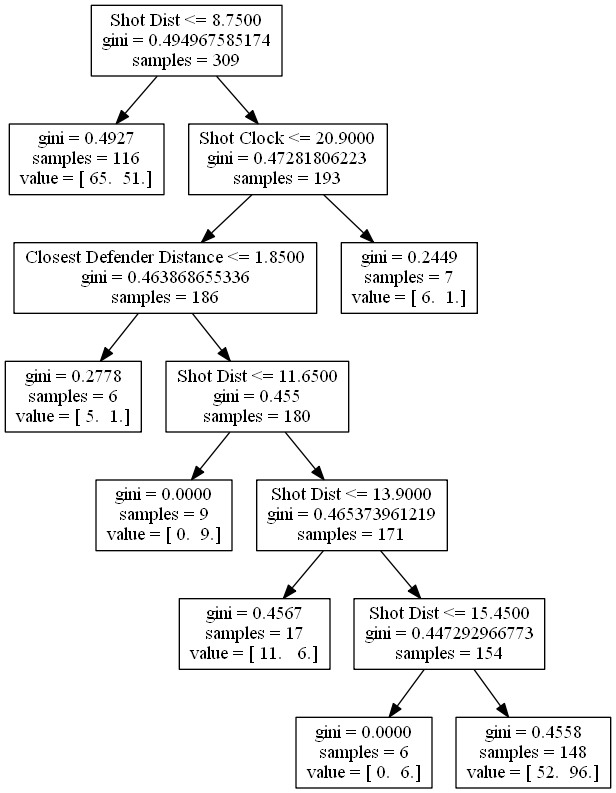
bveber/Analyze_NBA keeps this Graphviz diagram as kyle_lowry.png. Above is the earlier version. Its source is kept beside it as kyle_lowry.dot.
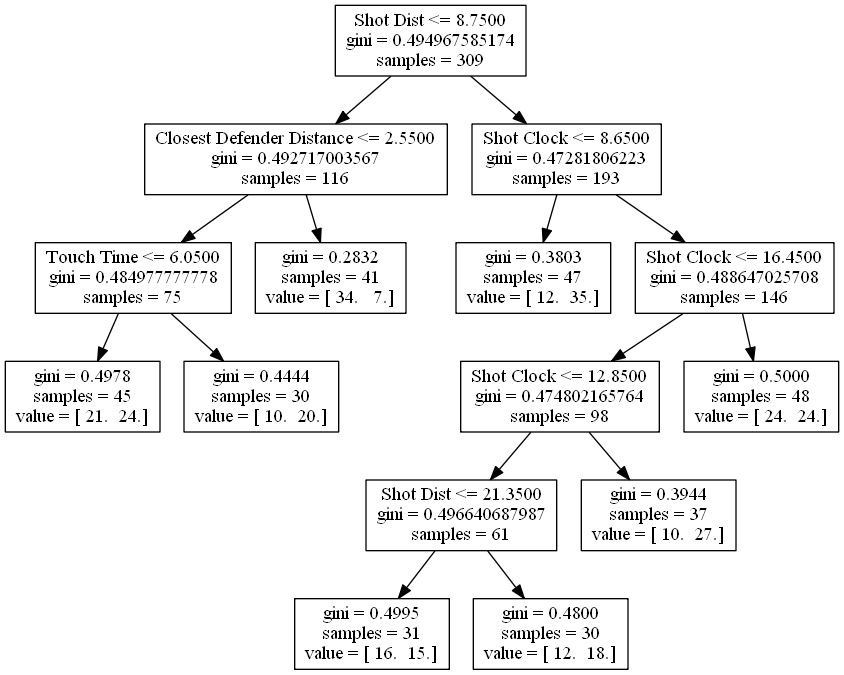
Above is the later version.

Change to the diagram source:
```diff
@@ -1,27 +1,31 @@
 digraph Tree {
 0 [label="Shot Dist <= 8.7500\ngini = 0.494967585174\nsamples = 309", shape="box"] ;
-1 [label="gini = 0.4927\nsamples = 116\nvalue = [ 65.  51.]", shape="box"] ;
+1 [label="Closest Defender Distance <= 2.5500\ngini = 0.492717003567\nsamples = 116", shape="box"] ;
 0 -> 1 ;
-2 [label="Shot Clock <= 20.9000\ngini = 0.47281806223\nsamples = 193", shape="box"] ;
-0 -> 2 ;
-3 [label="Closest Defender Distance <= 1.8500\ngini = 0.463868655336\nsamples = 186", shape="box"] ;
+2 [label="Touch Time <= 6.0500\ngini = 0.484977777778\nsamples = 75", shape="box"] ;
+1 -> 2 ;
+3 [label="gini = 0.4978\nsamples = 45\nvalue = [ 21.  24.]", shape="box"] ;
 2 -> 3 ;
-4 [label="gini = 0.2778\nsamples = 6\nvalue = [ 5.  1.]", shape="box"] ;
-3 -> 4 ;
-5 [label="Shot Dist <= 11.6500\ngini = 0.455\nsamples = 180", shape="box"] ;
-3 -> 5 ;
-6 [label="gini = 0.0000\nsamples = 9\nvalue = [ 0.  9.]", shape="box"] ;
-5 -> 6 ;
-7 [label="Shot Dist <= 13.9000\ngini = 0.465373961219\nsamples = 171", shape="box"] ;
-5 -> 7 ;
-8 [label="gini = 0.4567\nsamples = 17\nvalue = [ 11.   6.]", shape="box"] ;
-7 -> 8 ;
-9 [label="Shot Dist <= 15.4500\ngini = 0.447292966773\nsamples = 154", shape="box"] ;
-7 -> 9 ;
-10 [label="gini = 0.0000\nsamples = 6\nvalue = [ 0.  6.]", shape="box"] ;
+4 [label="gini = 0.4444\nsamples = 30\nvalue = [ 10.  20.]", shape="box"] ;
+2 -> 4 ;
+5 [label="gini = 0.2832\nsamples = 41\nvalue = [ 34.   7.]", shape="box"] ;
+1 -> 5 ;
+6 [label="Shot Clock <= 8.6500\ngini = 0.47281806223\nsamples = 193", shape="box"] ;
+0 -> 6 ;
+7 [label="gini = 0.3803\nsamples = 47\nvalue = [ 12.  35.]", shape="box"] ;
+6 -> 7 ;
+8 [label="Shot Clock <= 16.4500\ngini = 0.488647025708\nsamples = 146", shape="box"] ;
+6 -> 8 ;
+9 [label="Shot Clock <= 12.8500\ngini = 0.474802165764\nsamples = 98", shape="box"] ;
+8 -> 9 ;
+10 [label="Shot Dist <= 21.3500\ngini = 0.496640687987\nsamples = 61", shape="box"] ;
 9 -> 10 ;
-11 [label="gini = 0.4558\nsamples = 148\nvalue = [ 52.  96.]", shape="box"] ;
-9 -> 11 ;
-12 [label="gini = 0.2449\nsamples = 7\nvalue = [ 6.  1.]", shape="box"] ;
-2 -> 12 ;
+11 [label="gini = 0.4995\nsamples = 31\nvalue = [ 16.  15.]", shape="box"] ;
+10 -> 11 ;
+12 [label="gini = 0.4800\nsamples = 30\nvalue = [ 12.  18.]", shape="box"] ;
+10 -> 12 ;
+13 [label="gini = 0.3944\nsamples = 37\nvalue = [ 10.  27.]", shape="box"] ;
+9 -> 13 ;
+14 [label="gini = 0.5000\nsamples = 48\nvalue = [ 24.  24.]", shape="box"] ;
+8 -> 14 ;
 }
```
